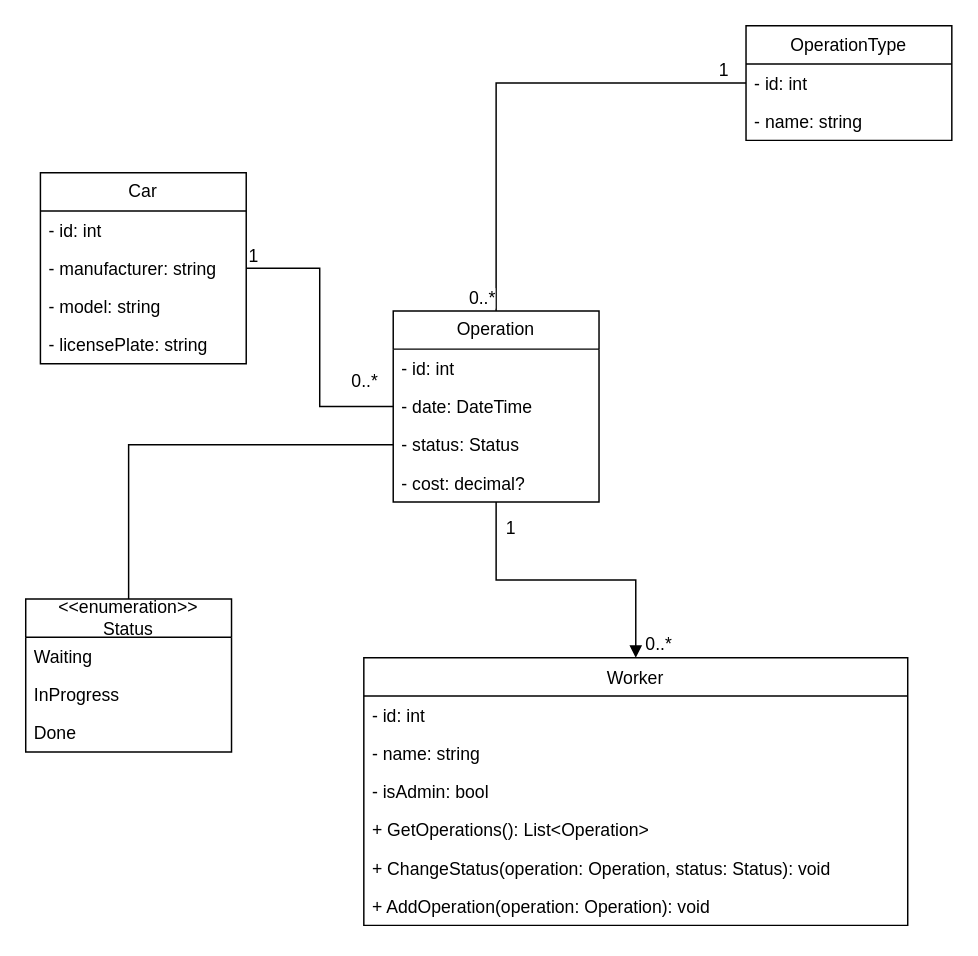
This is CarParkOperation.drawio.xml from EdRemets/Programmeerimine2, a draw.io file, before an edit. Source tidied: cells renumbered, new cells numbered last; positions are measured from the earlier drawing's top-left corner, leaving out a move shared by most shapes. Both pictures are drawn from the tidied source at 147%, with x=0, y=0 at pixel (25, 25).
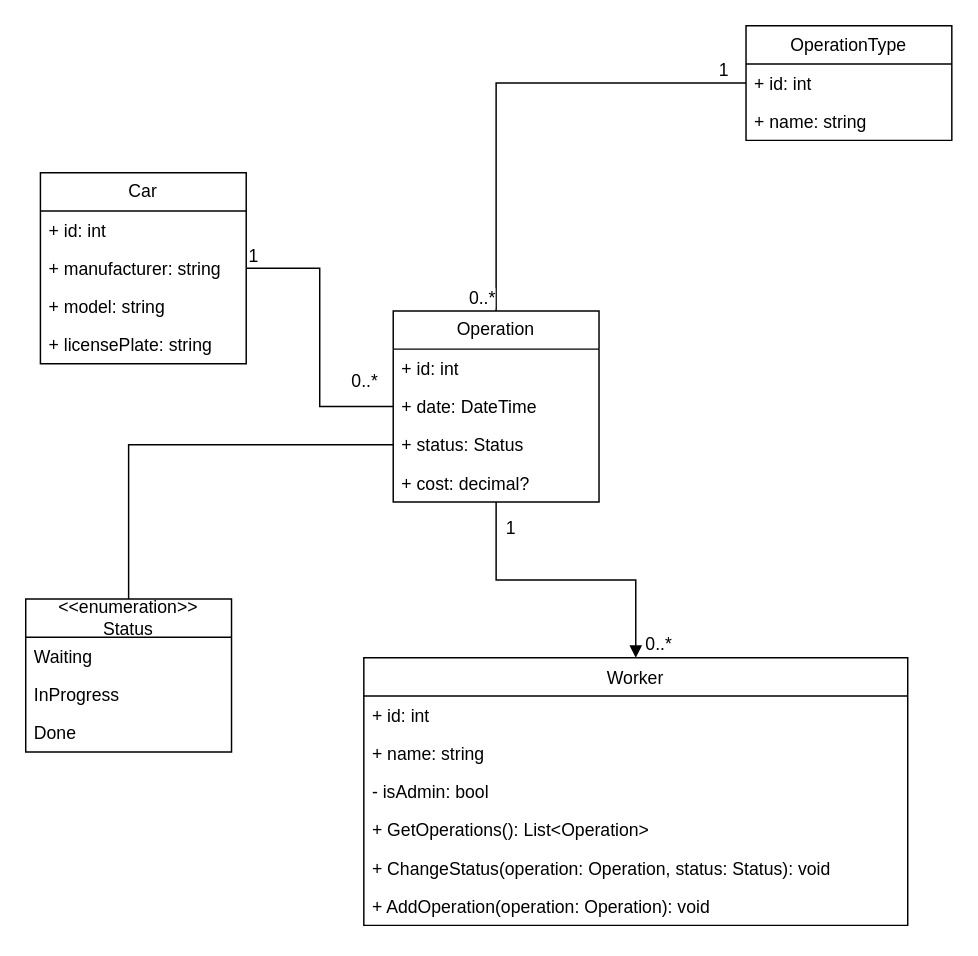
The same diagram, later.

The change refers to these unchanged cells:
```xml
<mxCell id="2" value="Car" style="swimlane;fontStyle=0;horizontal=1;startSize=26;fillColor=none;whiteSpace=wrap;html=1;" parent="1" vertex="1">
  <mxGeometry x="10" y="100" width="140" height="130" as="geometry" />
</mxCell>
<mxCell id="7" value="Operation" style="swimlane;fontStyle=0;horizontal=1;startSize=26;fillColor=none;whiteSpace=wrap;html=1;" parent="1" vertex="1">
  <mxGeometry x="250" y="194" width="140" height="130" as="geometry" />
</mxCell>
<mxCell id="19" value="Worker" style="swimlane;fontStyle=0;horizontal=1;startSize=26;fillColor=none;whiteSpace=wrap;html=1;align=center;verticalAlign=top;fontFamily=Helvetica;fontSize=12;fontColor=default;" parent="1" vertex="1">
  <mxGeometry x="230" y="430" width="370" height="182" as="geometry" />
</mxCell>
<mxCell id="26" value="OperationType" style="swimlane;fontStyle=0;horizontal=1;startSize=26;fillColor=none;whiteSpace=wrap;html=1;align=center;verticalAlign=top;fontFamily=Helvetica;fontSize=12;fontColor=default;" parent="1" vertex="1">
  <mxGeometry x="490" width="140" height="78" as="geometry" />
</mxCell>
```

Change to the diagram source:
```diff
@@
-    <mxCell id="3" value="- id: int" style="text;strokeColor=none;fillColor=none;align=left;verticalAlign=top;spacingLeft=4;spacingRight=4;overflow=hidden;whiteSpace=wrap;html=1;" parent="2" vertex="1">
+    <mxCell id="3" value="+ id: int" style="text;strokeColor=none;fillColor=none;align=left;verticalAlign=top;spacingLeft=4;spacingRight=4;overflow=hidden;whiteSpace=wrap;html=1;" parent="2" vertex="1">
       <mxGeometry y="26" width="140" height="26" as="geometry" />
     </mxCell>
-    <mxCell id="4" value="- manufacturer: string" style="text;strokeColor=none;fillColor=none;align=left;verticalAlign=top;spacingLeft=4;spacingRight=4;overflow=hidden;whiteSpace=wrap;html=1;" parent="2" vertex="1">
+    <mxCell id="4" value="+ manufacturer: string" style="text;strokeColor=none;fillColor=none;align=left;verticalAlign=top;spacingLeft=4;spacingRight=4;overflow=hidden;whiteSpace=wrap;html=1;" parent="2" vertex="1">
       <mxGeometry y="52" width="140" height="26" as="geometry" />
     </mxCell>
-    <mxCell id="5" value="- model: string" style="text;strokeColor=none;fillColor=none;align=left;verticalAlign=top;spacingLeft=4;spacingRight=4;overflow=hidden;whiteSpace=wrap;html=1;" parent="2" vertex="1">
+    <mxCell id="5" value="+ model: string" style="text;strokeColor=none;fillColor=none;align=left;verticalAlign=top;spacingLeft=4;spacingRight=4;overflow=hidden;whiteSpace=wrap;html=1;" parent="2" vertex="1">
       <mxGeometry y="78" width="140" height="26" as="geometry" />
     </mxCell>
-    <mxCell id="6" value="- licensePlate: string" style="text;strokeColor=none;fillColor=none;align=left;verticalAlign=top;spacingLeft=4;spacingRight=4;overflow=hidden;whiteSpace=wrap;html=1;" parent="2" vertex="1">
+    <mxCell id="6" value="+ licensePlate: string" style="text;strokeColor=none;fillColor=none;align=left;verticalAlign=top;spacingLeft=4;spacingRight=4;overflow=hidden;whiteSpace=wrap;html=1;" parent="2" vertex="1">
       <mxGeometry y="104" width="140" height="26" as="geometry" />
     </mxCell>
@@
-    <mxCell id="8" value="- id: int" style="text;strokeColor=none;fillColor=none;align=left;verticalAlign=top;spacingLeft=4;spacingRight=4;overflow=hidden;whiteSpace=wrap;html=1;" parent="7" vertex="1">
+    <mxCell id="8" value="+ id: int" style="text;strokeColor=none;fillColor=none;align=left;verticalAlign=top;spacingLeft=4;spacingRight=4;overflow=hidden;whiteSpace=wrap;html=1;" parent="7" vertex="1">
       <mxGeometry y="26" width="140" height="26" as="geometry" />
     </mxCell>
-    <mxCell id="9" value="- date: DateTime" style="text;strokeColor=none;fillColor=none;align=left;verticalAlign=top;spacingLeft=4;spacingRight=4;overflow=hidden;whiteSpace=wrap;html=1;" parent="7" vertex="1">
+    <mxCell id="9" value="+ date: DateTime" style="text;strokeColor=none;fillColor=none;align=left;verticalAlign=top;spacingLeft=4;spacingRight=4;overflow=hidden;whiteSpace=wrap;html=1;" parent="7" vertex="1">
       <mxGeometry y="52" width="140" height="26" as="geometry" />
     </mxCell>
-    <mxCell id="10" value="- status: Status" style="text;strokeColor=none;fillColor=none;align=left;verticalAlign=top;spacingLeft=4;spacingRight=4;overflow=hidden;points=[[0,0.5],[1,0.5]];portConstraint=eastwest;whiteSpace=wrap;html=1;" parent="7" vertex="1">
+    <mxCell id="10" value="+ status: Status" style="text;strokeColor=none;fillColor=none;align=left;verticalAlign=top;spacingLeft=4;spacingRight=4;overflow=hidden;points=[[0,0.5],[1,0.5]];portConstraint=eastwest;whiteSpace=wrap;html=1;" parent="7" vertex="1">
       <mxGeometry y="78" width="140" height="26" as="geometry" />
     </mxCell>
-    <mxCell id="11" value="- cost: decimal?" style="text;strokeColor=none;fillColor=none;align=left;verticalAlign=top;spacingLeft=4;spacingRight=4;overflow=hidden;whiteSpace=wrap;html=1;" parent="7" vertex="1">
+    <mxCell id="11" value="+ cost: decimal?" style="text;strokeColor=none;fillColor=none;align=left;verticalAlign=top;spacingLeft=4;spacingRight=4;overflow=hidden;whiteSpace=wrap;html=1;" parent="7" vertex="1">
       <mxGeometry y="104" width="140" height="26" as="geometry" />
     </mxCell>
@@
-    <mxCell id="20" value="- id: int" style="text;strokeColor=none;fillColor=none;align=left;verticalAlign=top;spacingLeft=4;spacingRight=4;overflow=hidden;whiteSpace=wrap;html=1;fontFamily=Helvetica;fontSize=12;fontColor=default;" parent="19" vertex="1">
+    <mxCell id="20" value="+ id: int" style="text;strokeColor=none;fillColor=none;align=left;verticalAlign=top;spacingLeft=4;spacingRight=4;overflow=hidden;whiteSpace=wrap;html=1;fontFamily=Helvetica;fontSize=12;fontColor=default;" parent="19" vertex="1">
       <mxGeometry y="26" width="370" height="26" as="geometry" />
     </mxCell>
-    <mxCell id="21" value="- name: string" style="text;strokeColor=none;fillColor=none;align=left;verticalAlign=top;spacingLeft=4;spacingRight=4;overflow=hidden;whiteSpace=wrap;html=1;fontFamily=Helvetica;fontSize=12;fontColor=default;" parent="19" vertex="1">
+    <mxCell id="21" value="+ name: string" style="text;strokeColor=none;fillColor=none;align=left;verticalAlign=top;spacingLeft=4;spacingRight=4;overflow=hidden;whiteSpace=wrap;html=1;fontFamily=Helvetica;fontSize=12;fontColor=default;" parent="19" vertex="1">
       <mxGeometry y="52" width="370" height="26" as="geometry" />
     </mxCell>
@@
-    <mxCell id="27" value="- id: int" style="text;strokeColor=none;fillColor=none;align=left;verticalAlign=top;spacingLeft=4;spacingRight=4;overflow=hidden;whiteSpace=wrap;html=1;fontFamily=Helvetica;fontSize=12;fontColor=default;" parent="26" vertex="1">
+    <mxCell id="27" value="+ id: int" style="text;strokeColor=none;fillColor=none;align=left;verticalAlign=top;spacingLeft=4;spacingRight=4;overflow=hidden;whiteSpace=wrap;html=1;fontFamily=Helvetica;fontSize=12;fontColor=default;" parent="26" vertex="1">
       <mxGeometry y="26" width="140" height="26" as="geometry" />
     </mxCell>
-    <mxCell id="28" value="- name: string" style="text;strokeColor=none;fillColor=none;align=left;verticalAlign=top;spacingLeft=4;spacingRight=4;overflow=hidden;whiteSpace=wrap;html=1;fontFamily=Helvetica;fontSize=12;fontColor=default;" parent="26" vertex="1">
+    <mxCell id="28" value="+ name: string" style="text;strokeColor=none;fillColor=none;align=left;verticalAlign=top;spacingLeft=4;spacingRight=4;overflow=hidden;whiteSpace=wrap;html=1;fontFamily=Helvetica;fontSize=12;fontColor=default;" parent="26" vertex="1">
       <mxGeometry y="52" width="140" height="26" as="geometry" />
     </mxCell>
```
